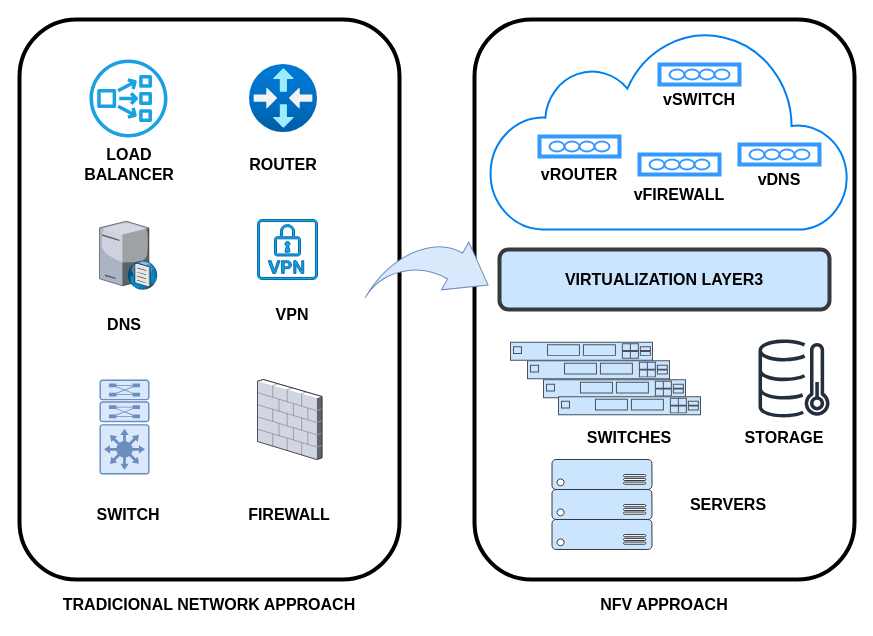
This is CCNP 350-401 ENCOR/02 - Virtualization/08 - Network Functions Virtualization (NFV)/Imagens/NFV.drawio from alcancil/Cisco, a draw.io file, before an edit. Source tidied: cells renumbered, new cells numbered last; positions are measured from the earlier drawing's top-left corner, leaving out a move shared by most shapes. Both pictures are drawn from the tidied source at 100%, with x=0, y=0 at pixel (19, 19).
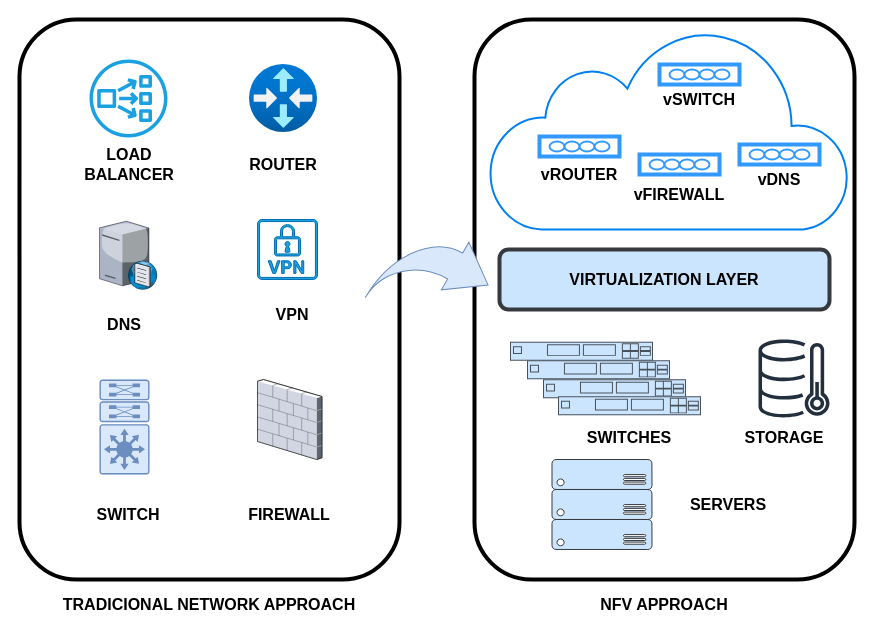
The same page after the edit.

Commit message (it also covers changes not shown here):
Alterado o arquivo readme.md

Change to the diagram source:
```diff
@@
-    <mxCell id="47" value="VIRTUALIZATION LAYER3" style="text;html=1;strokeColor=none;fillColor=none;align=center;verticalAlign=middle;whiteSpace=wrap;rounded=0;fontSize=16;fontStyle=1;" parent="1" vertex="1">
+    <mxCell id="47" value="VIRTUALIZATION LAYER" style="text;html=1;strokeColor=none;fillColor=none;align=center;verticalAlign=middle;whiteSpace=wrap;rounded=0;fontSize=16;fontStyle=1;" parent="1" vertex="1">
       <mxGeometry x="535" y="245" width="220" height="30" as="geometry" />
     </mxCell>
```
